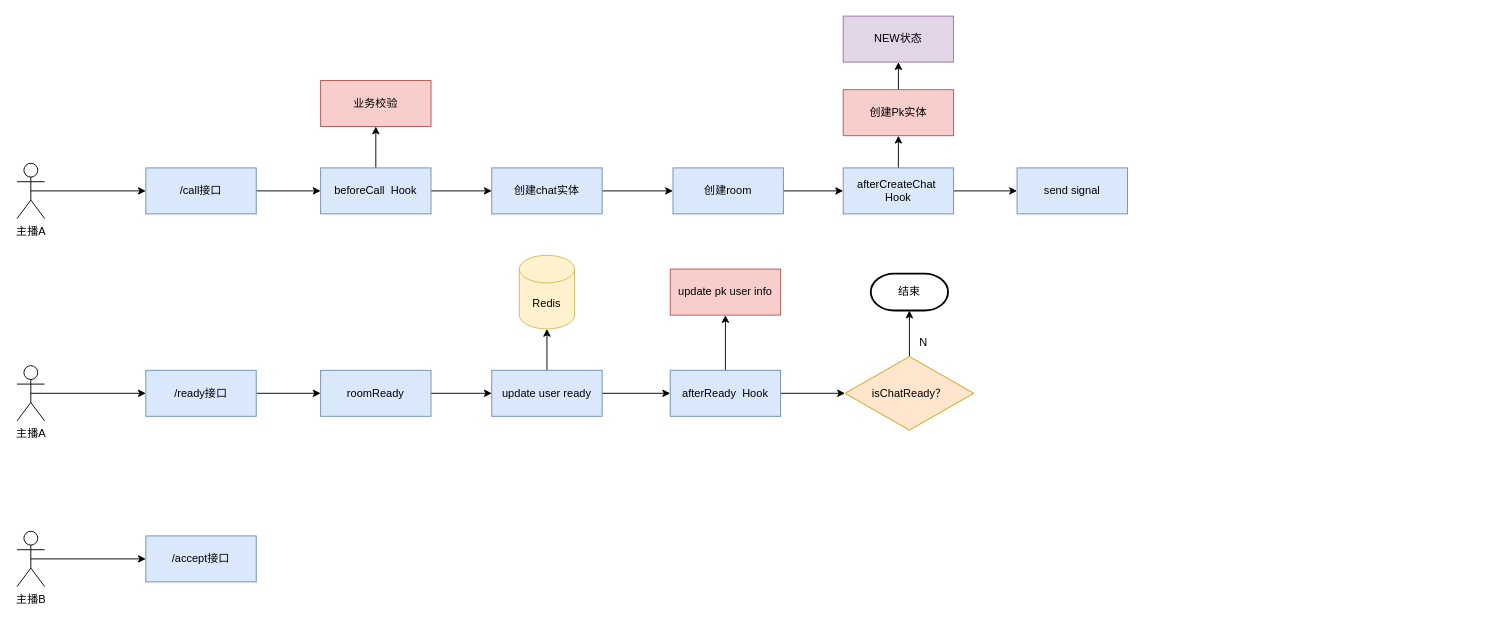
Before: PK.drawio in fengyn1218/draw-pic, a draw.io diagram. Source tidied: cells renumbered, new cells numbered last; positions are measured from the earlier drawing's top-left corner, leaving out a move shared by most shapes. Both pictures are drawn from the tidied source at 92%, with x=0, y=0 at pixel (17, 16).
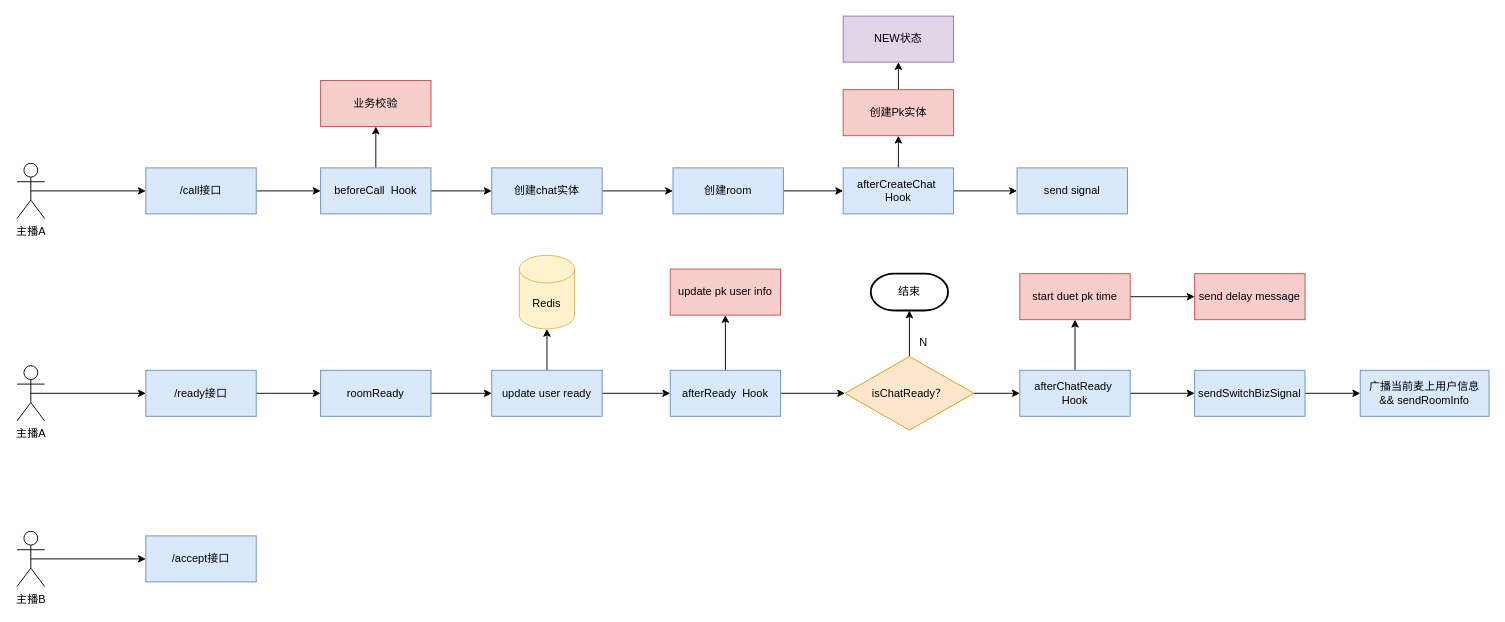
Above is the later version.

Unchanged cells that the change refers to:
```xml
<mxCell id="39" value="isChatReady？" style="rhombus;whiteSpace=wrap;html=1;fillColor=#ffe6cc;strokeColor=#d79b00;" parent="1" vertex="1">
  <mxGeometry x="900" y="370" width="140" height="80" as="geometry" />
</mxCell>
```

The edit, as a diff of the source:
```diff
@@
+    <mxCell id="42" style="edgeStyle=orthogonalEdgeStyle;rounded=0;jettySize=auto;html=1;exitX=1;exitY=0.5;exitDx=0;exitDy=0;entryX=0;entryY=0.5;entryDx=0;entryDy=0;" parent="1" edge="1" source="39" target="45">
+      <mxGeometry relative="1" as="geometry" />
+    </mxCell>
@@
+    <mxCell id="43" style="edgeStyle=orthogonalEdgeStyle;rounded=0;jettySize=auto;html=1;exitX=0.5;exitY=0;exitDx=0;exitDy=0;entryX=0.5;entryY=1;entryDx=0;entryDy=0;" parent="1" edge="1" source="45" target="47">
+      <mxGeometry relative="1" as="geometry" />
+    </mxCell>
+    <mxCell id="44" style="edgeStyle=orthogonalEdgeStyle;rounded=0;jettySize=auto;html=1;exitX=1;exitY=0.5;exitDx=0;exitDy=0;entryX=0;entryY=0.5;entryDx=0;entryDy=0;" parent="1" edge="1" source="45" target="50">
+      <mxGeometry relative="1" as="geometry" />
+    </mxCell>
+    <mxCell id="45" value="afterChatReady&amp;nbsp; Hook" style="rounded=0;whiteSpace=wrap;html=1;fillColor=#dae8fc;strokeColor=#6c8ebf;" parent="1" vertex="1">
+      <mxGeometry x="1090" y="385" width="120" height="50" as="geometry" />
+    </mxCell>
+    <mxCell id="46" style="edgeStyle=orthogonalEdgeStyle;rounded=0;jettySize=auto;html=1;exitX=1;exitY=0.5;exitDx=0;exitDy=0;entryX=0;entryY=0.5;entryDx=0;entryDy=0;" parent="1" edge="1" source="47" target="48">
+      <mxGeometry relative="1" as="geometry" />
+    </mxCell>
+    <mxCell id="47" value="start duet pk time" style="rounded=0;whiteSpace=wrap;html=1;fillColor=#f8cecc;strokeColor=#b85450;" parent="1" vertex="1">
+      <mxGeometry x="1090" y="280" width="120" height="50" as="geometry" />
+    </mxCell>
+    <mxCell id="48" value="send delay message" style="rounded=0;whiteSpace=wrap;html=1;fillColor=#f8cecc;strokeColor=#b85450;" parent="1" vertex="1">
+      <mxGeometry x="1280" y="280" width="120" height="50" as="geometry" />
+    </mxCell>
+    <mxCell id="49" style="edgeStyle=orthogonalEdgeStyle;rounded=0;jettySize=auto;html=1;exitX=1;exitY=0.5;exitDx=0;exitDy=0;entryX=0;entryY=0.5;entryDx=0;entryDy=0;" parent="1" edge="1" source="50" target="51">
+      <mxGeometry relative="1" as="geometry" />
+    </mxCell>
+    <mxCell id="50" value="sendSwitchBizSignal" style="rounded=0;whiteSpace=wrap;html=1;fillColor=#dae8fc;strokeColor=#6c8ebf;" parent="1" vertex="1">
+      <mxGeometry x="1280" y="385" width="120" height="50" as="geometry" />
+    </mxCell>
+    <mxCell id="51" value="广播当前麦上用户信息&lt;br&gt;&amp;amp;&amp;amp; sendRoomInfo" style="rounded=0;whiteSpace=wrap;html=1;fillColor=#dae8fc;strokeColor=#6c8ebf;" parent="1" vertex="1">
+      <mxGeometry x="1460" y="385" width="140" height="50" as="geometry" />
+    </mxCell>
```
